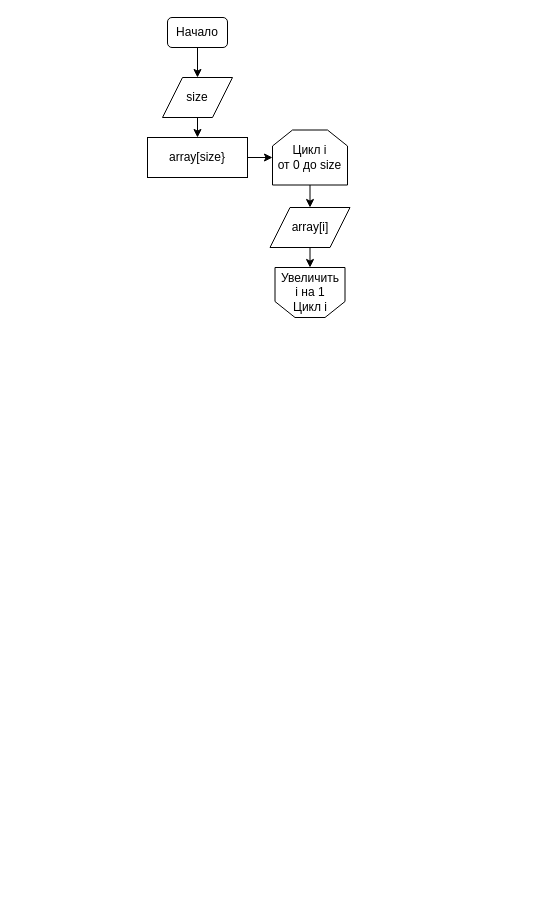
Before: blockdiagram.drawio in spartakgubarev/Repository, a draw.io diagram. Source tidied: cells renumbered, new cells numbered last; positions are measured from the earlier drawing's top-left corner, leaving out a move shared by most shapes. Both pictures are drawn from the tidied source at 100%, with x=0, y=0 at pixel (147, 17).
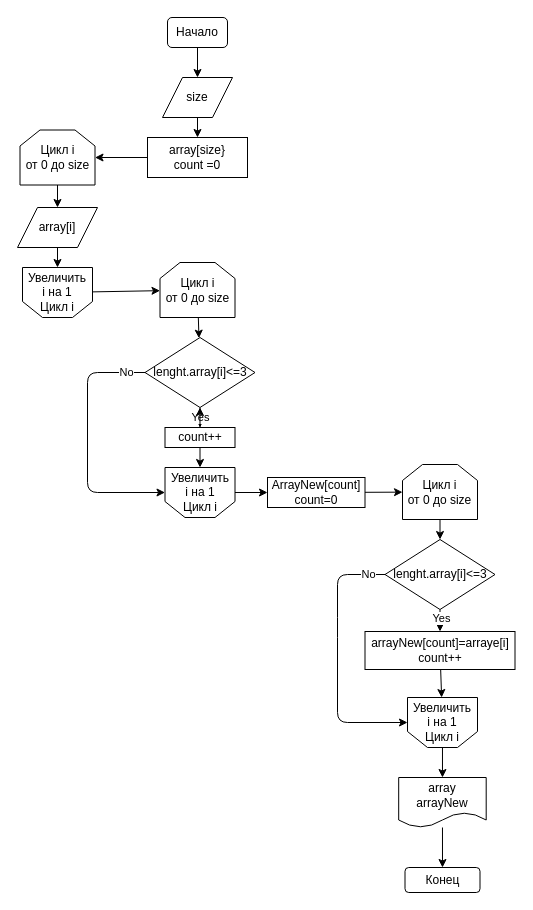
Above is the later version.

Commit message:
blockdiagram Finish

What changed in the source:
```diff
@@
-    <mxCell id="7" value="array[size}" style="rounded=0;whiteSpace=wrap;html=1;" parent="1" vertex="1">
+    <mxCell id="7" value="array[size}&lt;br&gt;count =0" style="rounded=0;whiteSpace=wrap;html=1;" parent="1" vertex="1">
       <mxGeometry y="120" width="100" height="40" as="geometry" />
     </mxCell>
@@
     <mxCell id="9" value="Цикл i&lt;br&gt;от 0 до size" style="shape=loopLimit;whiteSpace=wrap;html=1;" parent="1" vertex="1">
-      <mxGeometry x="125" y="112.5" width="75" height="55" as="geometry" />
+      <mxGeometry x="-127.5" y="112.5" width="75" height="55" as="geometry" />
     </mxCell>
+    <mxCell id="13" style="edgeStyle=none;html=1;" parent="1" edge="1" source="10" target="15">
+      <mxGeometry relative="1" as="geometry" />
+    </mxCell>
-    <mxCell id="10" value="Увеличить&lt;br&gt;i на 1&lt;br&gt;Цикл i" style="shape=loopLimit;whiteSpace=wrap;html=1;direction=west;" parent="1" vertex="1">
-      <mxGeometry x="127.5" y="250" width="70" height="50" as="geometry" />
+    <mxCell id="10" value="Увеличить&lt;br&gt;i на 1&lt;br&gt;Цикл i" style="shape=loopLimit;whiteSpace=wrap;html=1;direction=west;size=20;" parent="1" vertex="1">
+      <mxGeometry x="-125" y="250" width="70" height="50" as="geometry" />
     </mxCell>
@@
     <mxCell id="12" value="array[i]" style="shape=parallelogram;perimeter=parallelogramPerimeter;whiteSpace=wrap;html=1;fixedSize=1;" parent="1" vertex="1">
-      <mxGeometry x="122.5" y="190" width="80" height="40" as="geometry" />
+      <mxGeometry x="-130" y="190" width="80" height="40" as="geometry" />
     </mxCell>
+    <mxCell id="14" style="edgeStyle=none;html=1;" parent="1" edge="1" source="15" target="18">
+      <mxGeometry relative="1" as="geometry" />
+    </mxCell>
+    <mxCell id="15" value="Цикл i&lt;br&gt;от 0 до size" style="shape=loopLimit;whiteSpace=wrap;html=1;" parent="1" vertex="1">
+      <mxGeometry x="12.5" y="245" width="75" height="55" as="geometry" />
+    </mxCell>
+    <mxCell id="16" value="Yes" style="edgeStyle=none;html=1;" parent="1" edge="1" source="18" target="21">
+      <mxGeometry relative="1" as="geometry" />
+    </mxCell>
+    <mxCell id="17" value="No" style="edgeStyle=none;html=1;entryX=1;entryY=0.5;entryDx=0;entryDy=0;" parent="1" edge="1" source="18" target="23">
+      <mxGeometry x="-0.85" relative="1" as="geometry">
+        <Array as="points">
+          <mxPoint x="-60" y="355" />
+          <mxPoint x="-60" y="475" />
+        </Array>
+      </mxGeometry>
+    </mxCell>
+    <mxCell id="18" value="lenght.array[i]&amp;lt;=3" style="rhombus;whiteSpace=wrap;html=1;" parent="1" vertex="1">
+      <mxGeometry x="-2.5" y="320" width="110" height="70" as="geometry" />
+    </mxCell>
+    <mxCell id="19" style="edgeStyle=none;html=1;" parent="1" edge="1" source="21" target="23">
+      <mxGeometry relative="1" as="geometry" />
+    </mxCell>
+    <mxCell id="20" style="edgeStyle=none;html=1;" parent="1" edge="1" source="21" target="18">
+      <mxGeometry relative="1" as="geometry" />
+    </mxCell>
+    <mxCell id="21" value="count++" style="whiteSpace=wrap;html=1;" parent="1" vertex="1">
+      <mxGeometry x="17.5" y="410" width="70" height="20" as="geometry" />
+    </mxCell>
+    <mxCell id="22" style="edgeStyle=none;html=1;" parent="1" edge="1" source="23" target="25">
+      <mxGeometry relative="1" as="geometry" />
+    </mxCell>
+    <mxCell id="23" value="Увеличить&lt;br&gt;i на 1&lt;br&gt;Цикл i" style="shape=loopLimit;whiteSpace=wrap;html=1;direction=west;size=20;" parent="1" vertex="1">
+      <mxGeometry x="17.5" y="450" width="70" height="50" as="geometry" />
+    </mxCell>
+    <mxCell id="24" style="edgeStyle=none;html=1;" parent="1" edge="1" source="25" target="27">
+      <mxGeometry relative="1" as="geometry" />
+    </mxCell>
+    <mxCell id="25" value="ArrayNew[count]&lt;br&gt;count=0" style="whiteSpace=wrap;html=1;" parent="1" vertex="1">
+      <mxGeometry x="120" y="460" width="97.5" height="30" as="geometry" />
+    </mxCell>
+    <mxCell id="26" style="edgeStyle=none;html=1;" parent="1" edge="1" source="27" target="30">
+      <mxGeometry relative="1" as="geometry" />
+    </mxCell>
+    <mxCell id="27" value="Цикл i&lt;br&gt;от 0 до size" style="shape=loopLimit;whiteSpace=wrap;html=1;" parent="1" vertex="1">
+      <mxGeometry x="255" y="447" width="75" height="55" as="geometry" />
+    </mxCell>
+    <mxCell id="28" value="Yes" style="edgeStyle=none;html=1;entryX=0.5;entryY=0;entryDx=0;entryDy=0;exitX=0.5;exitY=1;exitDx=0;exitDy=0;" parent="1" edge="1" source="30" target="32">
+      <mxGeometry x="-0.22" y="1" relative="1" as="geometry" />
+    </mxCell>
+    <mxCell id="29" value="No" style="edgeStyle=none;html=1;entryX=1;entryY=0.5;entryDx=0;entryDy=0;" parent="1" edge="1" source="30" target="34">
+      <mxGeometry x="-0.87" relative="1" as="geometry">
+        <Array as="points">
+          <mxPoint x="190" y="557" />
+          <mxPoint x="190" y="610" />
+          <mxPoint x="190" y="705" />
+        </Array>
+      </mxGeometry>
+    </mxCell>
+    <mxCell id="30" value="lenght.array[i]&amp;lt;=3" style="rhombus;whiteSpace=wrap;html=1;" parent="1" vertex="1">
+      <mxGeometry x="237.5" y="522" width="110" height="70" as="geometry" />
+    </mxCell>
+    <mxCell id="31" style="edgeStyle=none;html=1;" parent="1" edge="1" source="32" target="34">
+      <mxGeometry relative="1" as="geometry" />
+    </mxCell>
+    <mxCell id="32" value="arrayNew[count]=arraye[i]&lt;br&gt;count++" style="whiteSpace=wrap;html=1;" parent="1" vertex="1">
+      <mxGeometry x="217.5" y="614" width="150" height="38" as="geometry" />
+    </mxCell>
+    <mxCell id="33" style="edgeStyle=none;html=1;" parent="1" edge="1" source="34" target="36">
+      <mxGeometry relative="1" as="geometry" />
+    </mxCell>
+    <mxCell id="34" value="Увеличить&lt;br&gt;i на 1&lt;br&gt;Цикл i" style="shape=loopLimit;whiteSpace=wrap;html=1;direction=west;size=20;" parent="1" vertex="1">
+      <mxGeometry x="260" y="680" width="70" height="50" as="geometry" />
+    </mxCell>
+    <mxCell id="35" style="edgeStyle=none;html=1;" parent="1" edge="1" source="36" target="37">
+      <mxGeometry relative="1" as="geometry" />
+    </mxCell>
+    <mxCell id="36" value="array&lt;br&gt;arrayNew" style="shape=document;whiteSpace=wrap;html=1;boundedLbl=1;" parent="1" vertex="1">
+      <mxGeometry x="251.2" y="760" width="87.5" height="50" as="geometry" />
+    </mxCell>
+    <mxCell id="37" value="Конец" style="rounded=1;whiteSpace=wrap;html=1;" parent="1" vertex="1">
+      <mxGeometry x="257.5" y="850" width="75" height="25" as="geometry" />
+    </mxCell>
```
